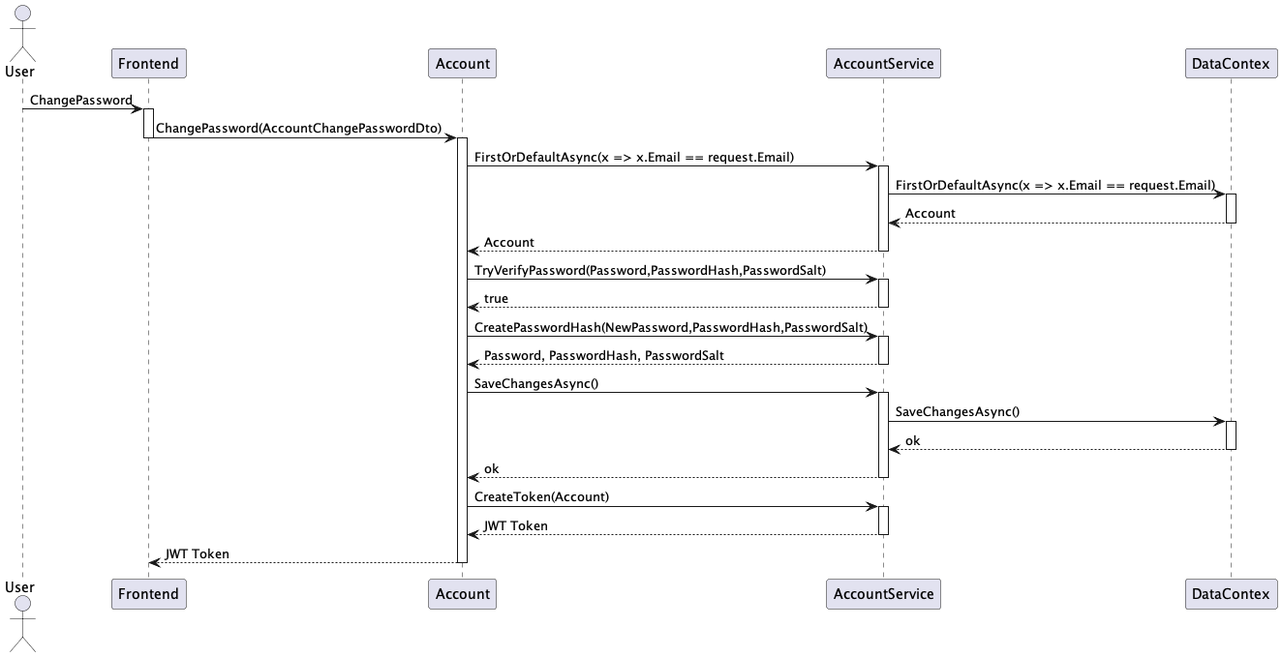
MartinStokholm/PRJ4_Repo keeps this PlantUML diagram as out/UML/PlanUML/SequenceDiagram/Account/AccountSequenceChangePassword/AccountChangePassword.png. Above is the earlier version. The source it was exported from:
```plantuml
@startuml AccountChangePassword

Actor "User" as U
participant "Frontend" as F
participant "Account" as A
participant "AccountService" as S
participant "DataContex" as D



U -> F : ChangePassword
activate F
F -> A : ChangePassword(AccountChangePasswordDto)
deactivate F
activate A
A -> S : FirstOrDefaultAsync(x => x.Email == request.Email)
activate S
S -> D : FirstOrDefaultAsync(x => x.Email == request.Email)
activate D
D --> S : Account
deactivate D
S --> A : Account
deactivate S
A -> S : TryVerifyPassword(Password,PasswordHash,PasswordSalt)
activate S
S --> A : true
deactivate S
A -> S : CreatePasswordHash(NewPassword,PasswordHash,PasswordSalt)
activate S
S --> A : Password, PasswordHash, PasswordSalt
deactivate S
A -> S : SaveChangesAsync()
activate S
S -> D : SaveChangesAsync()
activate D
D --> S : ok
deactivate D
S --> A : ok
deactivate S
A -> S : CreateToken(Account)
activate S
S --> A : JWT Token
deactivate S
A --> F : JWT Token
deactivate A


@enduml
```
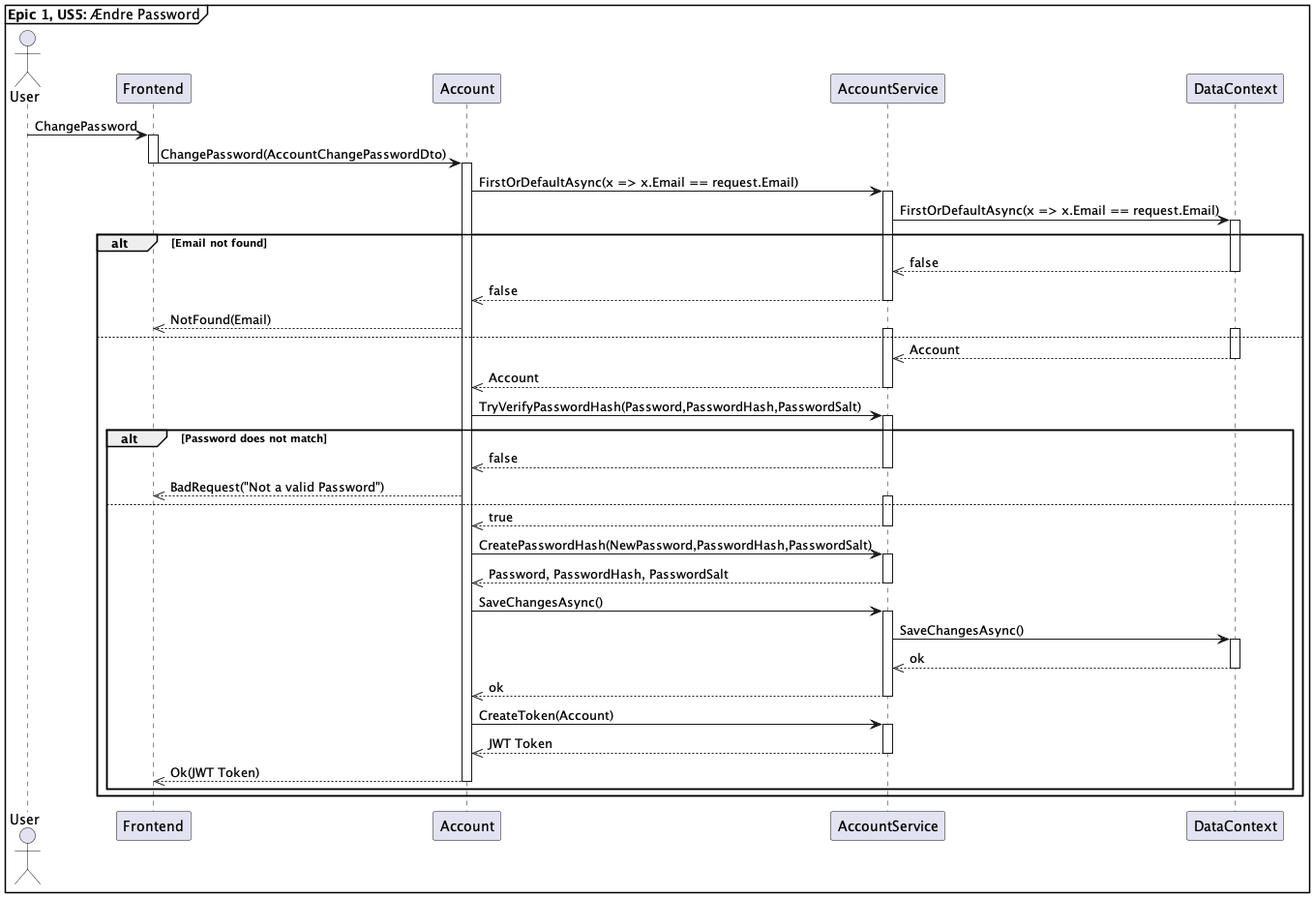
After the commit.

What changed in the source:
```diff
@@ -1,10 +1,12 @@
 @startuml AccountChangePassword
+mainframe **Epic 1, US5:** Ændre Password
+
 
 Actor "User" as U
 participant "Frontend" as F
 participant "Account" as A
 participant "AccountService" as S
-participant "DataContex" as D
+participant "DataContext" as D
 
 
 
@@ -17,32 +19,49 @@
 activate S
 S -> D : FirstOrDefaultAsync(x => x.Email == request.Email)
 activate D
-D --> S : Account
-deactivate D
-S --> A : Account
-deactivate S
-A -> S : TryVerifyPassword(Password,PasswordHash,PasswordSalt)
-activate S
-S --> A : true
-deactivate S
-A -> S : CreatePasswordHash(NewPassword,PasswordHash,PasswordSalt)
-activate S
-S --> A : Password, PasswordHash, PasswordSalt
-deactivate S
-A -> S : SaveChangesAsync()
-activate S
-S -> D : SaveChangesAsync()
-activate D
-D --> S : ok
-deactivate D
-S --> A : ok
-deactivate S
-A -> S : CreateToken(Account)
-activate S
-S --> A : JWT Token
-deactivate S
-A --> F : JWT Token
-deactivate A
 
+alt Email not found
+    D -->> S : false
+    deactivate D
+    S -->> A : false
+    deactivate S
+    A -->> F : NotFound(Email)
+else
+    activate S
+    activate D
+    D -->> S : Account
+    deactivate D
+    S -->> A : Account
+    deactivate S
+    A -> S : TryVerifyPasswordHash(Password,PasswordHash,PasswordSalt)
+    alt Password does not match
+        activate S
+        S -->> A: false
+        deactivate S
+        A -->> F : BadRequest("Not a valid Password")
+    else
+        activate S
+        S -->> A : true
+        deactivate S
 
+        A -> S : CreatePasswordHash(NewPassword,PasswordHash,PasswordSalt)
+        activate S
+        S -->> A : Password, PasswordHash, PasswordSalt
+        deactivate S
+        A -> S : SaveChangesAsync()
+        activate S
+        S -> D : SaveChangesAsync()
+        activate D
+        D -->> S : ok
+        deactivate D
+        S -->> A : ok
+        deactivate S
+        A -> S : CreateToken(Account)
+        activate S
+        S -->> A : JWT Token
+        deactivate S
+        A -->> F : Ok(JWT Token)
+        deactivate A
+    end
+end
 @enduml
```
